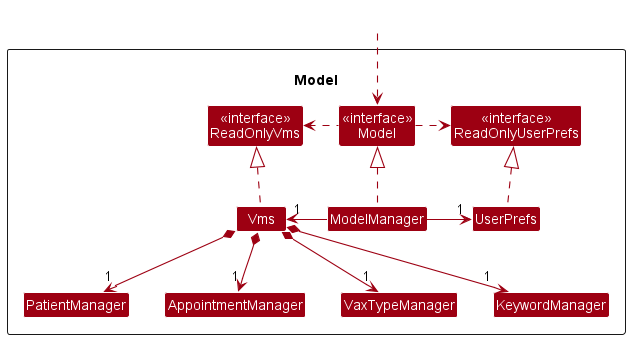
Above: docs/images/ModelClassDiagram.png in nus-cs2103-AY2223S2/tp (PlantUML), before the change.
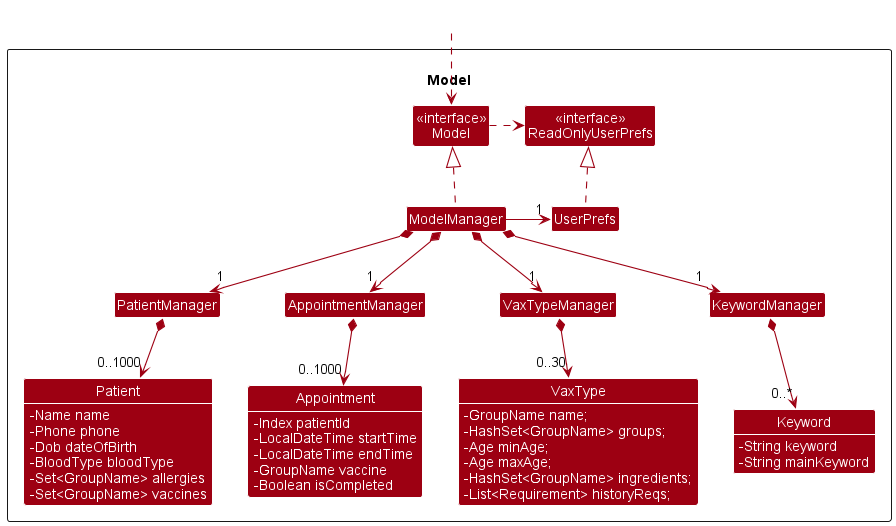
The same diagram one commit later.

Commit message:
Updates the Model class diagram

Removed unnecessary classes from the Model class diagram:
* ReadOnlyVms
* VMS

Added more classes with fields to the Model class diagram:
* Appointment
* Keyword
* Patient
* VaxType

Diff of the diagram source:
```diff
@@ -3,36 +3,73 @@
 skinparam arrowThickness 1.1
 skinparam arrowColor MODEL_COLOR
 skinparam classBackgroundColor MODEL_COLOR
+skinparam classAttributeIconSize 0
 
 Package \nModel <<Rectangle>>{
-Class "<<interface>>\nReadOnlyVms" as ReadOnlyVms
-Class "<<interface>>\nReadOnlyUserPrefs" as ReadOnlyUserPrefs
-Class "<<interface>>\nModel" as Model
+    Class "<<interface>>\nReadOnlyUserPrefs" as ReadOnlyUserPrefs
+    Class "<<interface>>\nModel" as Model
 
-Class Vms
-Class ModelManager
-Class UserPrefs
+    Class ModelManager
+    Class UserPrefs
 
-Class PatientManager
-Class AppointmentManager
-Class VaxTypeManager
-Class KeywordManager
+    Class PatientManager
+    Class AppointmentManager
+    Class VaxTypeManager
+    Class KeywordManager
+
+    class Patient MODEL_COLOR {
+        -Name name
+        -Phone phone
+        -Dob dateOfBirth
+        -BloodType bloodType
+        -Set<GroupName> allergies
+        -Set<GroupName> vaccines
+    }
+
+    class Appointment MODEL_COLOR {
+        -Index patientId
+        -LocalDateTime startTime
+        -LocalDateTime endTime
+        -GroupName vaccine
+        -Boolean isCompleted
+    }
+
+    class VaxType MODEL_COLOR {
+        -GroupName name;
+        -HashSet<GroupName> groups;
+        -Age minAge;
+        -Age maxAge;
+        -HashSet<GroupName> ingredients;
+        -List<Requirement> historyReqs;
+    }
+
+    class Keyword MODEL_COLOR {
+        -String keyword
+        -String mainKeyword
+    }
 }
 
 Class HiddenOutside #FFFFFF
 HiddenOutside .down.> Model
-Model .left.> ReadOnlyVms
 Model .right.> ReadOnlyUserPrefs
 
 ModelManager .up.|> Model
-ModelManager -left-> "1" Vms
 ModelManager -right-> "1" UserPrefs
-Vms .up.|> ReadOnlyVms
 UserPrefs .up.|> ReadOnlyUserPrefs
 
-Vms *--> "1" PatientManager
-Vms *--> "1" AppointmentManager
-Vms *--> "1" VaxTypeManager
-Vms *--> "1" KeywordManager
+ModelManager *--> "1" PatientManager
+ModelManager *--> "1" AppointmentManager
+ModelManager *--> "1" VaxTypeManager
+ModelManager *--> "1" KeywordManager
+
+PatientManager *-down-> "0..1000" Patient
+AppointmentManager *-down-> "0..1000" Appointment
+VaxTypeManager *-down-> "0..30" VaxType
+KeywordManager *-down-> "0..*" Keyword
+
+show Patient fields
+show Appointment fields
+show VaxType fields
+show Keyword fields
 
 @enduml
```
